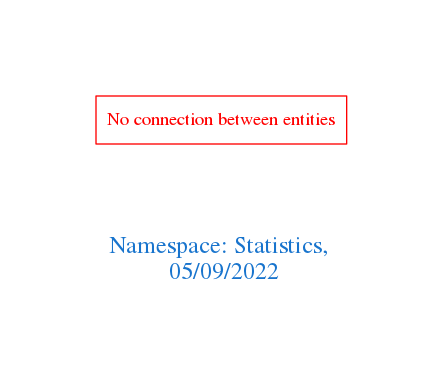
This is downloads/Statistics.png from arago/OGIT, a Graphviz export, as it was before one commit. Its source is kept beside it as downloads/Statistics.dot.
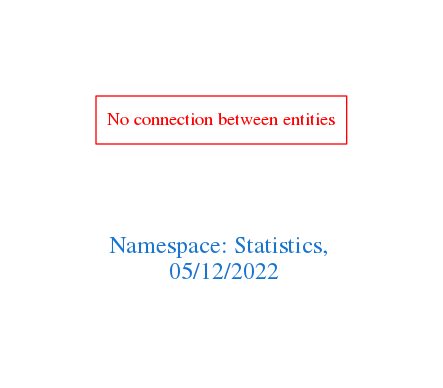
The same diagram one commit later.

Diff of the diagram source:
```diff
@@ -1,7 +1,7 @@
 digraph OGIT_ontology {
  graph [ rankdir= LR,pad=1
 fontsize = 18,
-fontcolor= dodgerblue3,label = "\n\n\nNamespace: Statistics, \n 05/09/2022"];
+fontcolor= dodgerblue3,label = "\n\n\nNamespace: Statistics, \n 05/12/2022"];
 node[shape=polygon];
 edge [  color="gray81"];
 
```
